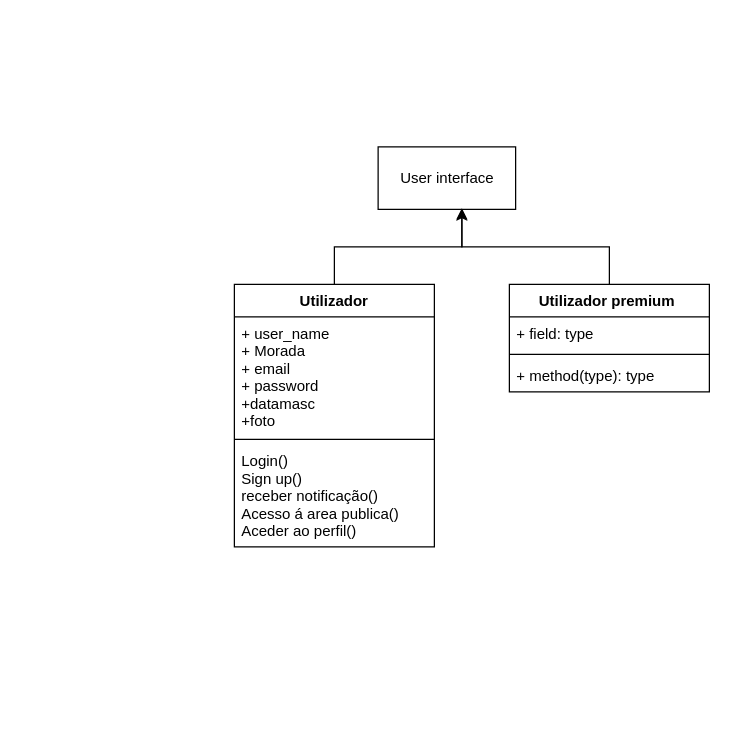
Earlier version of the draw.io diagram Class_Diagram.drawio (bgabrielma/ES_Project). Source tidied: cells renumbered, new cells numbered last; positions are measured from the earlier drawing's top-left corner, leaving out a move shared by most shapes. Both pictures are drawn from the tidied source at 125%, with x=0, y=0 at pixel (234, 146).
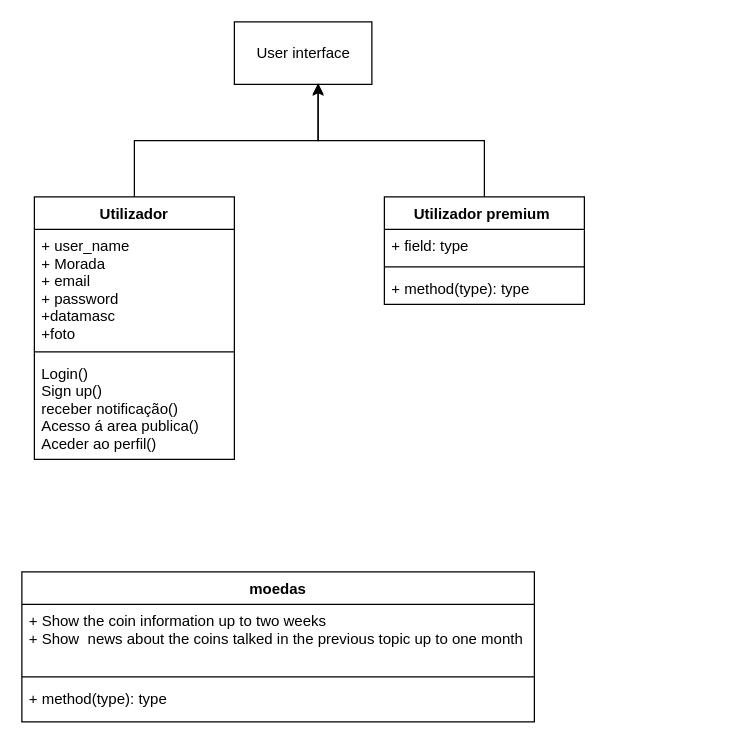
After the change.

What changed in the source:
```diff
@@
 <mxGraphModel>
   <root>
     <mxCell id="0" />
     <mxCell id="1" parent="0" />
     <mxCell id="2" value="User interface" style="html=1;" parent="1" vertex="1">
-      <mxGeometry x="115" width="110" height="50" as="geometry" />
+      <mxGeometry y="-100" width="110" height="50" as="geometry" />
     </mxCell>
     <mxCell id="3" style="edgeStyle=orthogonalEdgeStyle;rounded=0;jettySize=auto;html=1;exitX=0.5;exitY=0;exitDx=0;exitDy=0;entryX=0.609;entryY=0.98;entryDx=0;entryDy=0;entryPerimeter=0;" parent="1" edge="1" source="4" target="2">
       <mxGeometry relative="1" as="geometry" />
     </mxCell>
     <mxCell id="4" value="Utilizador" style="swimlane;fontStyle=1;align=center;verticalAlign=top;horizontal=1;startSize=26;" parent="1" vertex="1">
-      <mxGeometry y="110" width="160" height="210" as="geometry" />
+      <mxGeometry x="-160" y="40" width="160" height="210" as="geometry" />
     </mxCell>
     <mxCell id="5" value="+ user_name&#10;+ Morada&#10;+ email&#10;+ password&#10;+datamasc&#10;+foto" style="text;strokeColor=none;fillColor=none;align=left;verticalAlign=top;spacingLeft=4;spacingRight=4;overflow=hidden;" parent="4" vertex="1">
       <mxGeometry y="26" width="160" height="94" as="geometry" />
     </mxCell>
     <mxCell id="6" style="line;strokeWidth=1;fillColor=none;align=left;verticalAlign=middle;spacingTop=-1;spacingLeft=3;spacingRight=3;labelPosition=right;strokeColor=inherit;" parent="4" vertex="1">
       <mxGeometry y="120" width="160" height="8" as="geometry" />
     </mxCell>
     <mxCell id="7" value="Login()&#10;Sign up()&#10;receber notificação()&#10;Acesso á area publica()&#10;Aceder ao perfil()&#10;" style="text;strokeColor=none;fillColor=none;align=left;verticalAlign=top;spacingLeft=4;spacingRight=4;overflow=hidden;" parent="4" vertex="1">
       <mxGeometry y="128" width="160" height="82" as="geometry" />
     </mxCell>
     <mxCell id="8" style="edgeStyle=orthogonalEdgeStyle;rounded=0;jettySize=auto;html=1;exitX=0.5;exitY=0;exitDx=0;exitDy=0;entryX=0.609;entryY=1;entryDx=0;entryDy=0;entryPerimeter=0;" parent="1" edge="1" source="9" target="2">
       <mxGeometry relative="1" as="geometry" />
     </mxCell>
     <mxCell id="9" value="Utilizador premium " style="swimlane;fontStyle=1;align=center;verticalAlign=top;horizontal=1;startSize=26;" parent="1" vertex="1">
-      <mxGeometry x="220" y="110" width="160" height="86" as="geometry" />
+      <mxGeometry x="120" y="40" width="160" height="86" as="geometry" />
     </mxCell>
     <mxCell id="10" value="+ field: type" style="text;strokeColor=none;fillColor=none;align=left;verticalAlign=top;spacingLeft=4;spacingRight=4;overflow=hidden;" parent="9" vertex="1">
       <mxGeometry y="26" width="160" height="26" as="geometry" />
     </mxCell>
     <mxCell id="11" style="line;strokeWidth=1;fillColor=none;align=left;verticalAlign=middle;spacingTop=-1;spacingLeft=3;spacingRight=3;labelPosition=right;strokeColor=inherit;" parent="9" vertex="1">
       <mxGeometry y="52" width="160" height="8" as="geometry" />
     </mxCell>
     <mxCell id="12" value="+ method(type): type" style="text;strokeColor=none;fillColor=none;align=left;verticalAlign=top;spacingLeft=4;spacingRight=4;overflow=hidden;" parent="9" vertex="1">
       <mxGeometry y="60" width="160" height="26" as="geometry" />
     </mxCell>
+    <mxCell id="13" value="moedas" style="swimlane;fontStyle=1;align=center;verticalAlign=top;horizontal=1;startSize=26;" parent="1" vertex="1">
+      <mxGeometry x="-170" y="340" width="410" height="120" as="geometry" />
+    </mxCell>
+    <mxCell id="14" value="+ Show the coin information up to two weeks &#10;+ Show  news about the coins talked in the previous topic up to one month" style="text;strokeColor=none;fillColor=none;align=left;verticalAlign=top;spacingLeft=4;spacingRight=4;overflow=hidden;" parent="13" vertex="1">
+      <mxGeometry y="26" width="410" height="54" as="geometry" />
+    </mxCell>
+    <mxCell id="15" style="line;strokeWidth=1;fillColor=none;align=left;verticalAlign=middle;spacingTop=-1;spacingLeft=3;spacingRight=3;labelPosition=right;strokeColor=inherit;" parent="13" vertex="1">
+      <mxGeometry y="80" width="410" height="8" as="geometry" />
+    </mxCell>
+    <mxCell id="16" value="+ method(type): type" style="text;strokeColor=none;fillColor=none;align=left;verticalAlign=top;spacingLeft=4;spacingRight=4;overflow=hidden;" parent="13" vertex="1">
+      <mxGeometry y="88" width="410" height="32" as="geometry" />
+    </mxCell>
   </root>
 </mxGraphModel>
```
